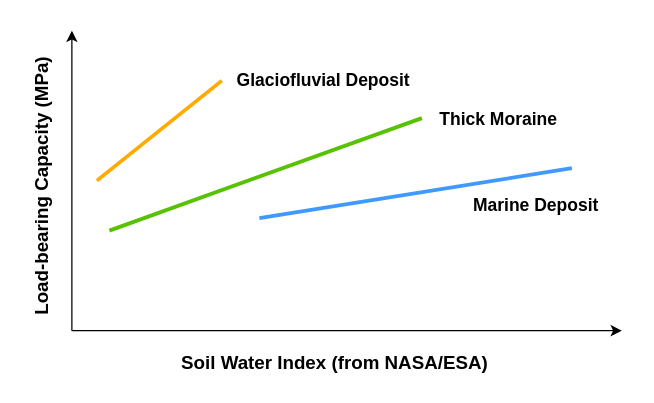
Before: bæreevne_tørkeindex.drawio in skogkursbachelor/diagrams, a draw.io diagram. Source tidied: cells renumbered, new cells numbered last; positions are measured from the earlier drawing's top-left corner, leaving out a move shared by most shapes. Both pictures are drawn from the tidied source at 125%, with x=0, y=0 at pixel (-98, 30).
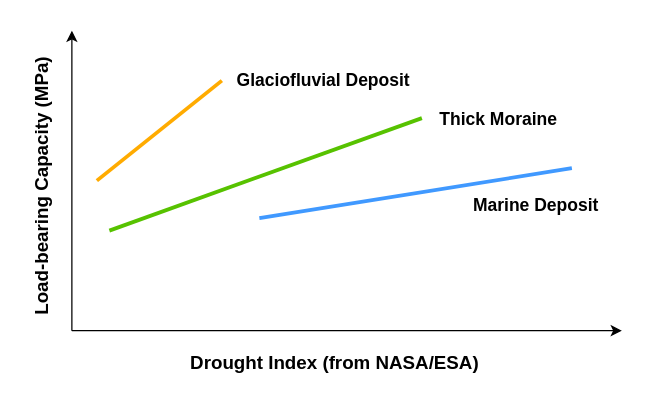
The same diagram, later.

Commit message:
chore: corrected labeling of x-axis

What changed in the source:
```diff
@@
 <mxGraphModel>
   <root>
     <mxCell id="0" />
     <mxCell id="1" parent="0" />
     <mxCell id="2" style="endArrow=classic;html=1;rounded=0;" parent="1" edge="1">
       <mxGeometry relative="1" as="geometry">
         <mxPoint x="135" y="240" as="sourcePoint" />
         <mxPoint x="575" y="240" as="targetPoint" />
       </mxGeometry>
     </mxCell>
     <mxCell id="3" style="endArrow=classic;html=1;rounded=0;" parent="1" edge="1">
       <mxGeometry relative="1" as="geometry">
         <mxPoint x="135" y="240" as="sourcePoint" />
         <mxPoint x="135" as="targetPoint" />
       </mxGeometry>
     </mxCell>
     <mxCell id="4" value="&lt;font style=&quot;font-size: 15px;&quot;&gt;Load-bearing Capacity (MPa)&lt;/font&gt;" style="text;html=1;align=center;verticalAlign=middle;strokeColor=none;fillColor=none;rotation=-90;fontSize=14;fontStyle=1;" parent="1" vertex="1">
       <mxGeometry y="110" width="220" height="30" as="geometry" />
     </mxCell>
-    <mxCell id="5" value="&lt;font style=&quot;font-size: 15px;&quot;&gt;Soil Water Index (from NASA/ESA)&lt;/font&gt;" style="text;html=1;align=center;verticalAlign=middle;strokeColor=none;fillColor=none;rotation=0;fontSize=14;fontStyle=1;" parent="1" vertex="1">
-      <mxGeometry x="215" y="250" width="260" height="30" as="geometry" />
+    <mxCell id="5" value="&lt;font style=&quot;font-size: 15px;&quot;&gt;Drought Index (from NASA/ESA)&lt;/font&gt;" style="text;html=1;align=center;verticalAlign=middle;strokeColor=none;fillColor=none;rotation=0;fontSize=14;fontStyle=1;" parent="1" vertex="1">
+      <mxGeometry x="225" y="250" width="240" height="30" as="geometry" />
     </mxCell>
     <mxCell id="6" style="endArrow=none;html=1;rounded=0;strokeWidth=3;fillColor=#e3c800;strokeColor=#FFAB00;" parent="1" edge="1">
       <mxGeometry relative="1" as="geometry">
         <mxPoint x="155" y="120" as="sourcePoint" />
         <mxPoint x="255" y="40" as="targetPoint" />
       </mxGeometry>
     </mxCell>
     <mxCell id="7" value="&lt;font style=&quot;font-size: 14px;&quot;&gt;&lt;b&gt;Glaciofluvial Deposit&lt;/b&gt;&lt;/font&gt;" style="edgeLabel;html=1;align=center;verticalAlign=middle;" parent="6" vertex="1">
       <mxGeometry x="0.64" y="-4" relative="1" as="geometry">
         <mxPoint x="96" y="-18" as="offset" />
       </mxGeometry>
     </mxCell>
     <mxCell id="8" style="endArrow=none;html=1;rounded=0;strokeWidth=3;strokeColor=#57C200;" parent="1" edge="1">
       <mxGeometry relative="1" as="geometry">
         <mxPoint x="165" y="160" as="sourcePoint" />
         <mxPoint x="415" y="70" as="targetPoint" />
       </mxGeometry>
     </mxCell>
     <mxCell id="9" value="&lt;font style=&quot;font-size: 14px;&quot;&gt;&lt;b&gt;Thick Moraine&lt;/b&gt;&lt;/font&gt;" style="edgeLabel;html=1;align=center;verticalAlign=middle;" parent="8" vertex="1">
       <mxGeometry x="0.3" y="1" relative="1" as="geometry">
         <mxPoint x="148" y="-30" as="offset" />
       </mxGeometry>
     </mxCell>
     <mxCell id="10" style="endArrow=none;html=1;rounded=0;strokeWidth=3;strokeColor=#4099FF;" parent="1" edge="1">
       <mxGeometry relative="1" as="geometry">
         <mxPoint x="285" y="150" as="sourcePoint" />
         <mxPoint x="535" y="110" as="targetPoint" />
       </mxGeometry>
     </mxCell>
     <mxCell id="11" value="&lt;font style=&quot;font-size: 14px;&quot;&gt;&lt;b&gt;Marine Deposit&lt;/b&gt;&lt;/font&gt;" style="edgeLabel;html=1;align=center;verticalAlign=middle;" parent="10" vertex="1">
       <mxGeometry x="0.17" y="7" relative="1" as="geometry">
         <mxPoint x="75" y="20" as="offset" />
       </mxGeometry>
     </mxCell>
   </root>
 </mxGraphModel>
```
